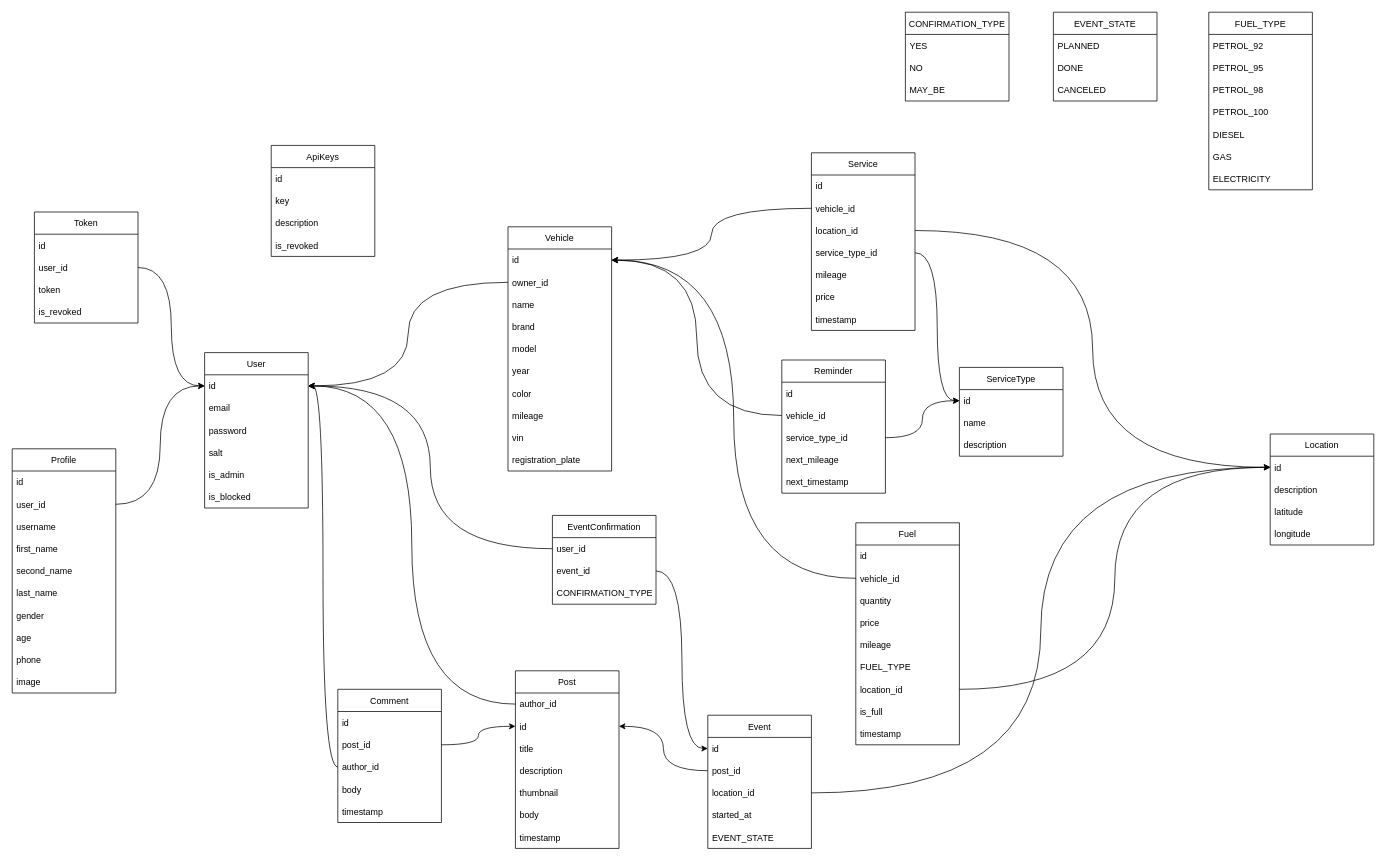
jadjer/mores keeps this draw.io diagram as page "database models" (1 of 2) of schema.drawio. Above is the earlier version. Source tidied: cells renumbered, new cells numbered last; positions are measured from the earlier drawing's top-left corner, leaving out a move shared by most shapes. Both pictures are drawn from the tidied source at 74%, with x=0, y=0 at pixel (12, 12).
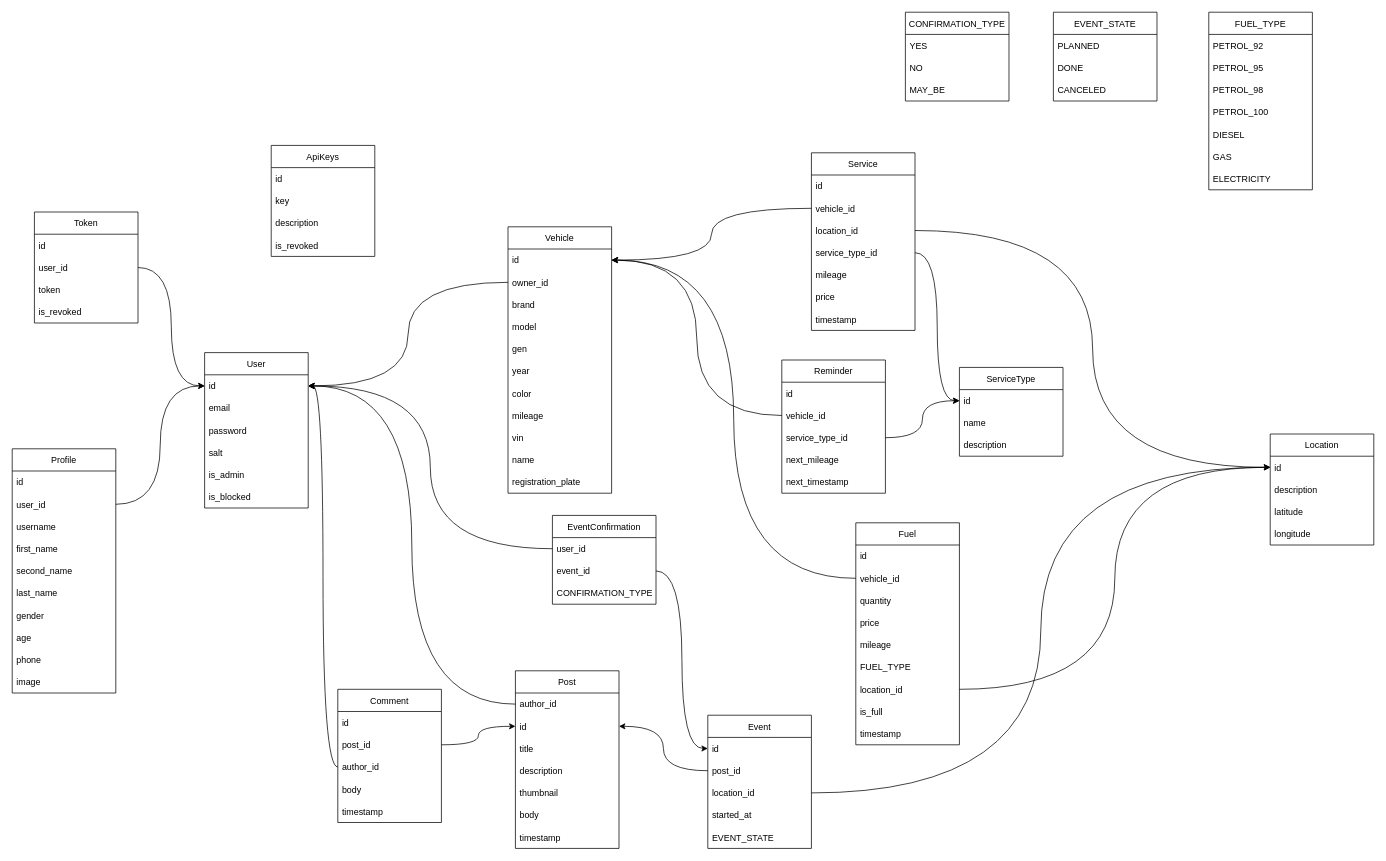
After the change.

Diff of the diagram source:
```diff
@@
     <mxCell id="9" value="Vehicle" style="swimlane;fontStyle=0;horizontal=1;startSize=30;" parent="1" vertex="1">
-      <mxGeometry x="670" y="290" width="140" height="330" as="geometry" />
+      <mxGeometry x="670" y="290" width="140" height="360" as="geometry" />
     </mxCell>
@@
-    <mxCell id="12" value="name" style="text;strokeColor=none;fillColor=none;align=left;verticalAlign=middle;spacingLeft=4;spacingRight=4;overflow=hidden;" parent="9" vertex="1">
-      <mxGeometry y="90" width="140" height="30" as="geometry" />
-    </mxCell>
     <mxCell id="13" value="brand" style="text;strokeColor=none;fillColor=none;align=left;verticalAlign=middle;spacingLeft=4;spacingRight=4;overflow=hidden;" parent="9" vertex="1">
-      <mxGeometry y="120" width="140" height="30" as="geometry" />
+      <mxGeometry y="90" width="140" height="30" as="geometry" />
     </mxCell>
     <mxCell id="14" value="model" style="text;strokeColor=none;fillColor=none;align=left;verticalAlign=middle;spacingLeft=4;spacingRight=4;overflow=hidden;" parent="9" vertex="1">
-      <mxGeometry y="150" width="140" height="30" as="geometry" />
+      <mxGeometry y="120" width="140" height="30" as="geometry" />
     </mxCell>
+    <mxCell id="131" value="gen" style="text;strokeColor=none;fillColor=none;align=left;verticalAlign=middle;spacingLeft=4;spacingRight=4;overflow=hidden;" parent="9" vertex="1">
+      <mxGeometry y="150" width="140" height="30" as="geometry" />
+    </mxCell>
@@
+    <mxCell id="12" value="name" style="text;strokeColor=none;fillColor=none;align=left;verticalAlign=middle;spacingLeft=4;spacingRight=4;overflow=hidden;" parent="9" vertex="1">
+      <mxGeometry y="300" width="140" height="30" as="geometry" />
+    </mxCell>
     <mxCell id="19" value="registration_plate" style="text;strokeColor=none;fillColor=none;align=left;verticalAlign=middle;spacingLeft=4;spacingRight=4;overflow=hidden;" parent="9" vertex="1">
-      <mxGeometry y="300" width="140" height="30" as="geometry" />
+      <mxGeometry y="330" width="140" height="30" as="geometry" />
     </mxCell>
```
